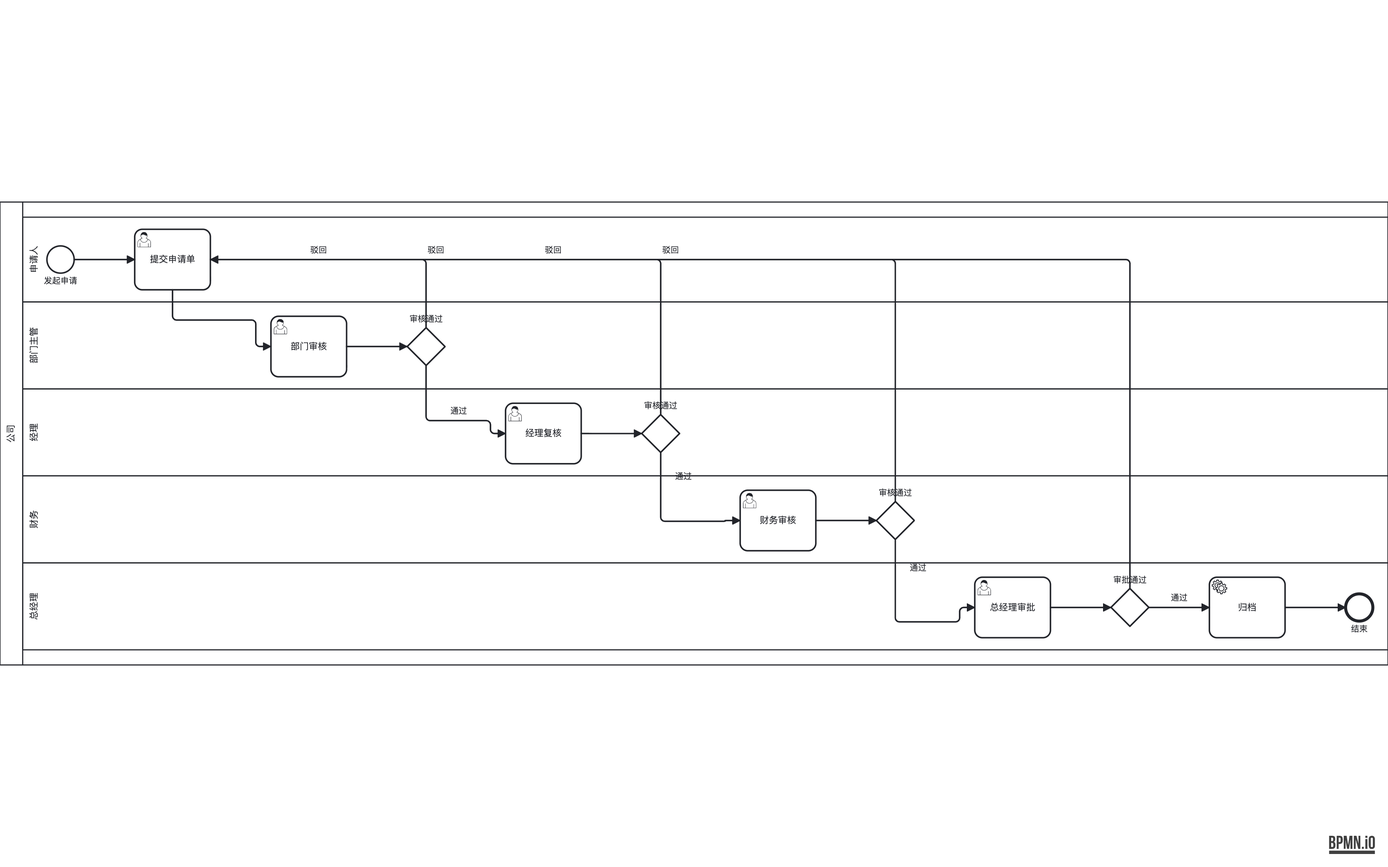
The BPMN diagram out-bpmn-png/39-approval-reject-merge.png in LcpMarvel/tramito-layout, before a commit. Its source is kept beside it as out-xml/39-approval-reject-merge.bpmn. Ids are renumbered.
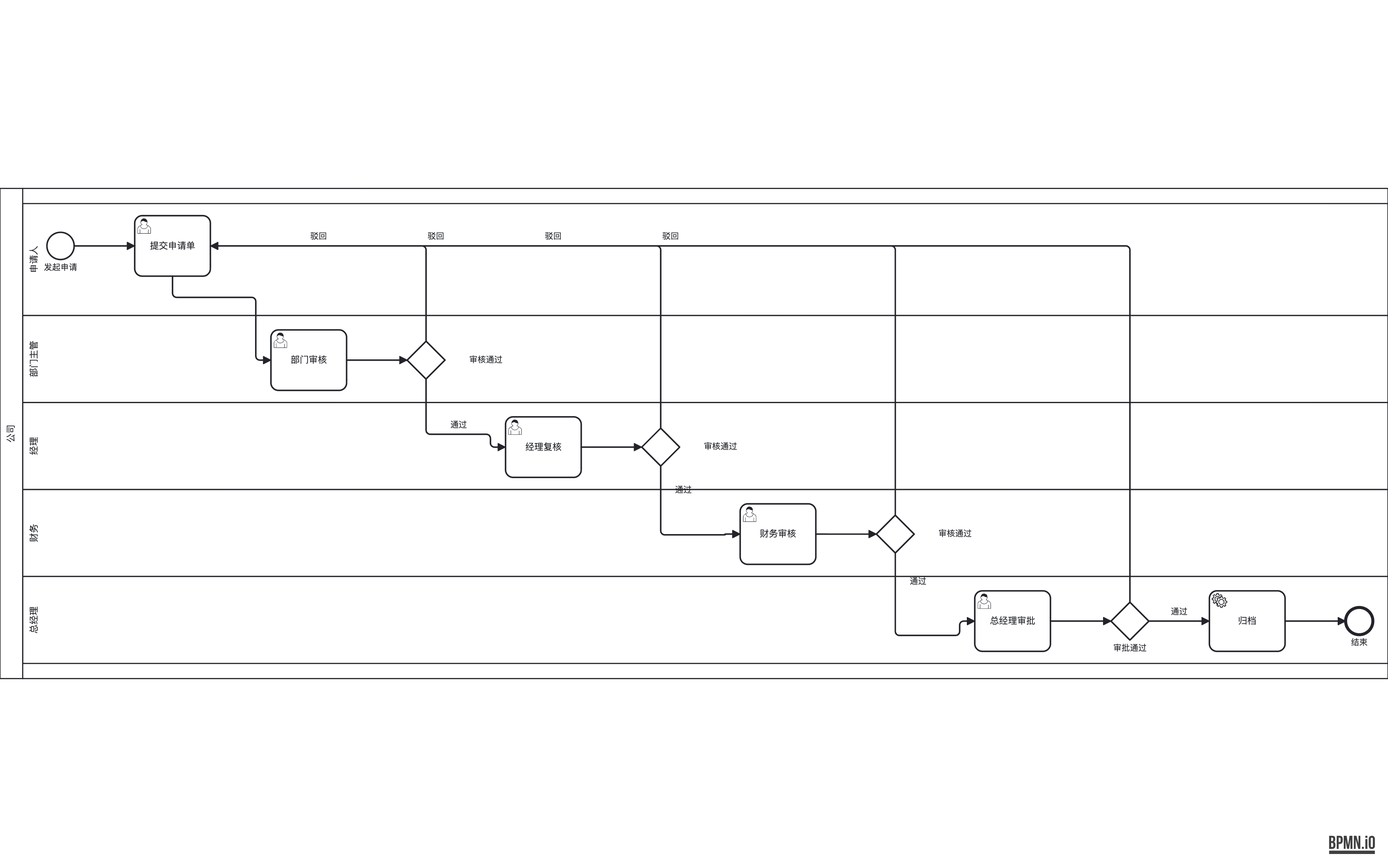
The same file after the commit.

Diff of the diagram source:
```diff
@@ -100,13 +100,13 @@
   <bpmndi:BPMNDiagram id="BPMNDiagram_definitions_approval_reject_merge" name="BPMNDiagram">
     <bpmndi:BPMNPlane id="BPMNPlane_definitions_approval_reject_merge" bpmnElement="collaboration_1">
       <bpmndi:BPMNShape id="collaboration_1_di" bpmnElement="collaboration_1">
-        <dc:Bounds x="0" y="0" width="1834" height="612" />
+        <dc:Bounds x="0" y="0" width="1834" height="648" />
       </bpmndi:BPMNShape>
       <bpmndi:BPMNShape id="pool_company_di" bpmnElement="pool_company" isHorizontal="true">
-        <dc:Bounds x="0" y="0" width="1834" height="612" />
+        <dc:Bounds x="0" y="0" width="1834" height="648" />
       </bpmndi:BPMNShape>
       <bpmndi:BPMNShape id="lane_applicant_di" bpmnElement="lane_applicant" isHorizontal="true">
-        <dc:Bounds x="30" y="20" width="1804" height="112" />
+        <dc:Bounds x="30" y="20" width="1804" height="148" />
       </bpmndi:BPMNShape>
       <bpmndi:BPMNShape id="start_apply_di" bpmnElement="start_apply">
         <dc:Bounds x="62" y="58" width="36" height="36" />
@@ -118,60 +118,60 @@
         <dc:Bounds x="178" y="36" width="100" height="80" />
       </bpmndi:BPMNShape>
       <bpmndi:BPMNShape id="lane_dept_di" bpmnElement="lane_dept" isHorizontal="true">
-        <dc:Bounds x="30" y="132" width="1804" height="115" />
+        <dc:Bounds x="30" y="168" width="1804" height="115" />
       </bpmndi:BPMNShape>
       <bpmndi:BPMNShape id="task_dept_di" bpmnElement="task_dept">
-        <dc:Bounds x="358" y="151" width="100" height="80" />
+        <dc:Bounds x="358" y="187" width="100" height="80" />
       </bpmndi:BPMNShape>
       <bpmndi:BPMNShape id="gw_dept_di" bpmnElement="gw_dept">
-        <dc:Bounds x="538" y="166" width="50" height="50" />
+        <dc:Bounds x="538" y="202" width="50" height="50" />
         <bpmndi:BPMNLabel>
-          <dc:Bounds x="513" y="148" width="100" height="14" />
+          <dc:Bounds x="592" y="220" width="100" height="14" />
         </bpmndi:BPMNLabel>
       </bpmndi:BPMNShape>
       <bpmndi:BPMNShape id="lane_manager_di" bpmnElement="lane_manager" isHorizontal="true">
-        <dc:Bounds x="30" y="247" width="1804" height="115" />
+        <dc:Bounds x="30" y="283" width="1804" height="115" />
       </bpmndi:BPMNShape>
       <bpmndi:BPMNShape id="task_mgr_di" bpmnElement="task_mgr">
-        <dc:Bounds x="668" y="266" width="100" height="80" />
+        <dc:Bounds x="668" y="302" width="100" height="80" />
       </bpmndi:BPMNShape>
       <bpmndi:BPMNShape id="gw_mgr_di" bpmnElement="gw_mgr">
-        <dc:Bounds x="848" y="281" width="50" height="50" />
+        <dc:Bounds x="848" y="317" width="50" height="50" />
         <bpmndi:BPMNLabel>
-          <dc:Bounds x="823" y="263" width="100" height="14" />
+          <dc:Bounds x="902" y="335" width="100" height="14" />
         </bpmndi:BPMNLabel>
       </bpmndi:BPMNShape>
       <bpmndi:BPMNShape id="lane_finance_di" bpmnElement="lane_finance" isHorizontal="true">
-        <dc:Bounds x="30" y="362" width="1804" height="115" />
+        <dc:Bounds x="30" y="398" width="1804" height="115" />
       </bpmndi:BPMNShape>
       <bpmndi:BPMNShape id="task_fin_di" bpmnElement="task_fin">
-        <dc:Bounds x="978" y="381" width="100" height="80" />
+        <dc:Bounds x="978" y="417" width="100" height="80" />
       </bpmndi:BPMNShape>
       <bpmndi:BPMNShape id="gw_fin_di" bpmnElement="gw_fin">
-        <dc:Bounds x="1158" y="396" width="50" height="50" />
+        <dc:Bounds x="1158" y="432" width="50" height="50" />
         <bpmndi:BPMNLabel>
-          <dc:Bounds x="1133" y="378" width="100" height="14" />
+          <dc:Bounds x="1212" y="450" width="100" height="14" />
         </bpmndi:BPMNLabel>
       </bpmndi:BPMNShape>
       <bpmndi:BPMNShape id="lane_gm_di" bpmnElement="lane_gm" isHorizontal="true">
-        <dc:Bounds x="30" y="477" width="1804" height="115" />
+        <dc:Bounds x="30" y="513" width="1804" height="115" />
       </bpmndi:BPMNShape>
       <bpmndi:BPMNShape id="task_gm_di" bpmnElement="task_gm">
-        <dc:Bounds x="1288" y="496" width="100" height="80" />
+        <dc:Bounds x="1288" y="532" width="100" height="80" />
       </bpmndi:BPMNShape>
       <bpmndi:BPMNShape id="gw_gm_di" bpmnElement="gw_gm">
-        <dc:Bounds x="1468" y="511" width="50" height="50" />
+        <dc:Bounds x="1468" y="547" width="50" height="50" />
         <bpmndi:BPMNLabel>
-          <dc:Bounds x="1443" y="493" width="100" height="14" />
+          <dc:Bounds x="1443" y="601" width="100" height="14" />
         </bpmndi:BPMNLabel>
       </bpmndi:BPMNShape>
       <bpmndi:BPMNShape id="task_archive_di" bpmnElement="task_archive">
-        <dc:Bounds x="1598" y="496" width="100" height="80" />
+        <dc:Bounds x="1598" y="532" width="100" height="80" />
       </bpmndi:BPMNShape>
       <bpmndi:BPMNShape id="end_done_di" bpmnElement="end_done">
-        <dc:Bounds x="1778" y="518" width="36" height="36" />
+        <dc:Bounds x="1778" y="554" width="36" height="36" />
         <bpmndi:BPMNLabel>
-          <dc:Bounds x="1746" y="558" width="100" height="14" />
+          <dc:Bounds x="1746" y="594" width="100" height="14" />
         </bpmndi:BPMNLabel>
       </bpmndi:BPMNShape>
       <bpmndi:BPMNEdge id="f_start_submit_di" bpmnElement="f_start_submit">
@@ -180,27 +180,27 @@
       </bpmndi:BPMNEdge>
       <bpmndi:BPMNEdge id="f_submit_dept_di" bpmnElement="f_submit_dept">
         <di:waypoint x="228" y="116" />
-        <di:waypoint x="228" y="156" />
-        <di:waypoint x="338" y="156" />
-        <di:waypoint x="338" y="191" />
-        <di:waypoint x="358" y="191" />
+        <di:waypoint x="228" y="144" />
+        <di:waypoint x="338" y="144" />
+        <di:waypoint x="338" y="227" />
+        <di:waypoint x="358" y="227" />
       </bpmndi:BPMNEdge>
       <bpmndi:BPMNEdge id="f_dept_gw_di" bpmnElement="f_dept_gw">
-        <di:waypoint x="458" y="191" />
-        <di:waypoint x="538" y="191" />
+        <di:waypoint x="458" y="227" />
+        <di:waypoint x="538" y="227" />
       </bpmndi:BPMNEdge>
       <bpmndi:BPMNEdge id="f_dept_pass_di" bpmnElement="f_dept_pass">
-        <di:waypoint x="563" y="216" />
-        <di:waypoint x="563" y="289" />
-        <di:waypoint x="648" y="289" />
-        <di:waypoint x="648" y="306" />
-        <di:waypoint x="668" y="306" />
+        <di:waypoint x="563" y="252" />
+        <di:waypoint x="563" y="325" />
+        <di:waypoint x="648" y="325" />
+        <di:waypoint x="648" y="342" />
+        <di:waypoint x="668" y="342" />
         <bpmndi:BPMNLabel>
-          <dc:Bounds x="580.5" y="270" width="50" height="14" />
+          <dc:Bounds x="580.5" y="306" width="50" height="14" />
         </bpmndi:BPMNLabel>
       </bpmndi:BPMNEdge>
       <bpmndi:BPMNEdge id="f_dept_reject_di" bpmnElement="f_dept_reject">
-        <di:waypoint x="563" y="166" />
+        <di:waypoint x="563" y="202" />
         <di:waypoint x="563" y="76" />
         <di:waypoint x="278" y="76" />
         <bpmndi:BPMNLabel>
@@ -208,21 +208,21 @@
         </bpmndi:BPMNLabel>
       </bpmndi:BPMNEdge>
       <bpmndi:BPMNEdge id="f_mgr_gw_di" bpmnElement="f_mgr_gw">
-        <di:waypoint x="768" y="306" />
-        <di:waypoint x="848" y="306" />
+        <di:waypoint x="768" y="342" />
+        <di:waypoint x="848" y="342" />
       </bpmndi:BPMNEdge>
       <bpmndi:BPMNEdge id="f_mgr_pass_di" bpmnElement="f_mgr_pass">
-        <di:waypoint x="873" y="331" />
-        <di:waypoint x="873" y="422" />
-        <di:waypoint x="958" y="422" />
-        <di:waypoint x="958" y="421" />
-        <di:waypoint x="978" y="421" />
+        <di:waypoint x="873" y="367" />
+        <di:waypoint x="873" y="458" />
+        <di:waypoint x="958" y="458" />
+        <di:waypoint x="958" y="457" />
+        <di:waypoint x="978" y="457" />
         <bpmndi:BPMNLabel>
-          <dc:Bounds x="878" y="355.85" width="50" height="14" />
+          <dc:Bounds x="878" y="391.85" width="50" height="14" />
         </bpmndi:BPMNLabel>
       </bpmndi:BPMNEdge>
       <bpmndi:BPMNEdge id="f_mgr_reject_di" bpmnElement="f_mgr_reject">
-        <di:waypoint x="873" y="281" />
+        <di:waypoint x="873" y="317" />
         <di:waypoint x="873" y="76" />
         <di:waypoint x="278" y="76" />
         <bpmndi:BPMNLabel>
@@ -230,21 +230,21 @@
         </bpmndi:BPMNLabel>
       </bpmndi:BPMNEdge>
       <bpmndi:BPMNEdge id="f_fin_gw_di" bpmnElement="f_fin_gw">
-        <di:waypoint x="1078" y="421" />
-        <di:waypoint x="1158" y="421" />
+        <di:waypoint x="1078" y="457" />
+        <di:waypoint x="1158" y="457" />
       </bpmndi:BPMNEdge>
       <bpmndi:BPMNEdge id="f_fin_pass_di" bpmnElement="f_fin_pass">
-        <di:waypoint x="1183" y="446" />
-        <di:waypoint x="1183" y="555" />
-        <di:waypoint x="1268" y="555" />
-        <di:waypoint x="1268" y="536" />
-        <di:waypoint x="1288" y="536" />
+        <di:waypoint x="1183" y="482" />
+        <di:waypoint x="1183" y="591" />
+        <di:waypoint x="1268" y="591" />
+        <di:waypoint x="1268" y="572" />
+        <di:waypoint x="1288" y="572" />
         <bpmndi:BPMNLabel>
-          <dc:Bounds x="1188" y="477.15" width="50" height="14" />
+          <dc:Bounds x="1188" y="513.15" width="50" height="14" />
         </bpmndi:BPMNLabel>
       </bpmndi:BPMNEdge>
       <bpmndi:BPMNEdge id="f_fin_reject_di" bpmnElement="f_fin_reject">
-        <di:waypoint x="1183" y="396" />
+        <di:waypoint x="1183" y="432" />
         <di:waypoint x="1183" y="76" />
         <di:waypoint x="278" y="76" />
         <bpmndi:BPMNLabel>
@@ -252,18 +252,18 @@
         </bpmndi:BPMNLabel>
       </bpmndi:BPMNEdge>
       <bpmndi:BPMNEdge id="f_gm_gw_di" bpmnElement="f_gm_gw">
-        <di:waypoint x="1388" y="536" />
-        <di:waypoint x="1468" y="536" />
+        <di:waypoint x="1388" y="572" />
+        <di:waypoint x="1468" y="572" />
       </bpmndi:BPMNEdge>
       <bpmndi:BPMNEdge id="f_gm_pass_di" bpmnElement="f_gm_pass">
-        <di:waypoint x="1518" y="536" />
-        <di:waypoint x="1598" y="536" />
+        <di:waypoint x="1518" y="572" />
+        <di:waypoint x="1598" y="572" />
         <bpmndi:BPMNLabel>
-          <dc:Bounds x="1533" y="517" width="50" height="14" />
+          <dc:Bounds x="1533" y="553" width="50" height="14" />
         </bpmndi:BPMNLabel>
       </bpmndi:BPMNEdge>
       <bpmndi:BPMNEdge id="f_gm_reject_di" bpmnElement="f_gm_reject">
-        <di:waypoint x="1493" y="511" />
+        <di:waypoint x="1493" y="547" />
         <di:waypoint x="1493" y="76" />
         <di:waypoint x="278" y="76" />
         <bpmndi:BPMNLabel>
@@ -271,8 +271,8 @@
         </bpmndi:BPMNLabel>
       </bpmndi:BPMNEdge>
       <bpmndi:BPMNEdge id="f_archive_end_di" bpmnElement="f_archive_end">
-        <di:waypoint x="1698" y="536" />
-        <di:waypoint x="1778" y="536" />
+        <di:waypoint x="1698" y="572" />
+        <di:waypoint x="1778" y="572" />
       </bpmndi:BPMNEdge>
     </bpmndi:BPMNPlane>
   </bpmndi:BPMNDiagram>
```
